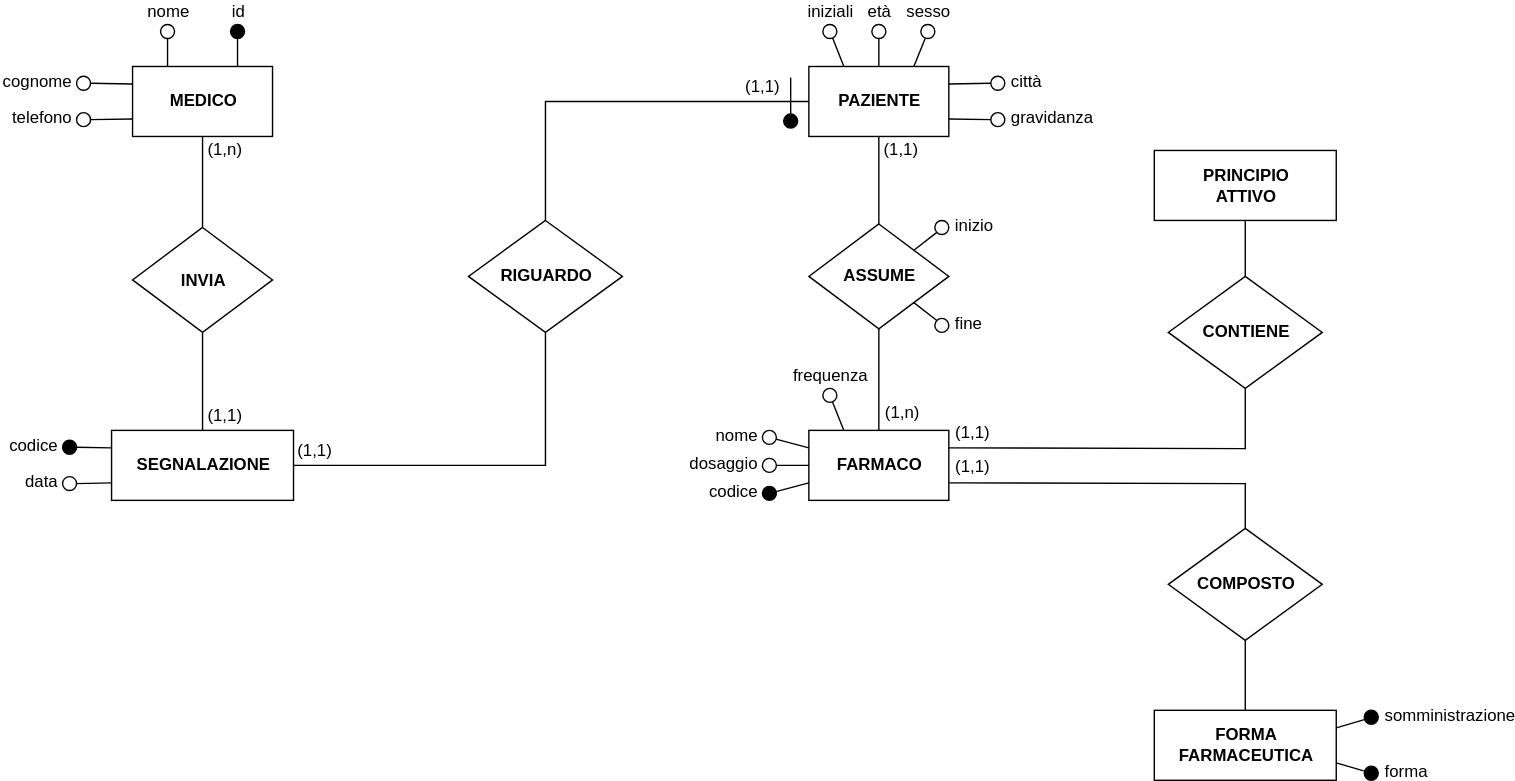
MatteoCarnelos/DB-SEA keeps this draw.io diagram as schematics/er-diagram.svg. Above is the earlier version. Source tidied: cells renumbered, new cells last; positions are measured from the earlier drawing's top-left corner, leaving out a move shared by most shapes.
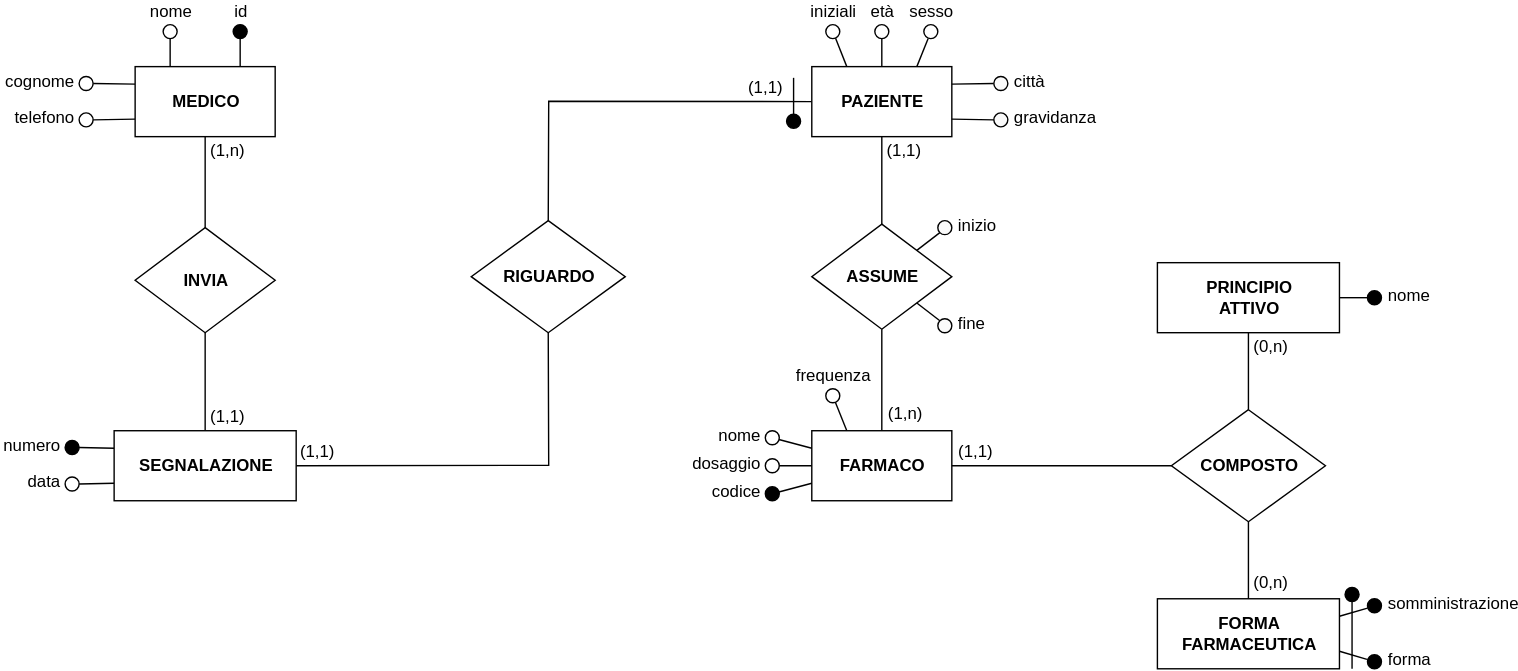
After the commit.

What changed in the source:
```diff
@@ -65,7 +65,7 @@
     <mxCell id="20" value="&lt;b&gt;SEGNALAZIONE&lt;br&gt;&lt;/b&gt;" style="whiteSpace=wrap;html=1;align=center;" parent="1" vertex="1">
       <mxGeometry x="35" y="290" width="130" height="50" as="geometry" />
     </mxCell>
-    <mxCell id="21" value="codice" style="ellipse;whiteSpace=wrap;html=1;fillColor=#000000;textDirection=ltr;align=right;labelPosition=left;verticalLabelPosition=middle;verticalAlign=middle;spacing=5;spacingBottom=2;" parent="1" vertex="1">
+    <mxCell id="21" value="numero" style="ellipse;whiteSpace=wrap;html=1;fillColor=#000000;textDirection=ltr;align=right;labelPosition=left;verticalLabelPosition=middle;verticalAlign=middle;spacing=5;spacingBottom=2;" parent="1" vertex="1">
       <mxGeometry y="297" width="10" height="10" as="geometry" />
     </mxCell>
     <mxCell id="22" value="data" style="ellipse;whiteSpace=wrap;html=1;fillColor=#ffffff;textDirection=ltr;align=right;labelPosition=left;verticalLabelPosition=middle;verticalAlign=middle;spacing=5;spacingBottom=2;" parent="1" vertex="1">
@@ -152,22 +152,6 @@
     <mxCell id="47" value="fine" style="ellipse;whiteSpace=wrap;html=1;fillColor=#FAFAFA;labelPosition=right;verticalLabelPosition=middle;align=left;verticalAlign=middle;spacing=5;spacingBottom=2;" parent="1" vertex="1">
       <mxGeometry x="623.2" y="210" width="10" height="10" as="geometry" />
     </mxCell>
-    <mxCell id="48" style="edgeStyle=orthogonalEdgeStyle;rounded=0;comic=0;jumpStyle=none;jumpSize=6;jettySize=auto;html=1;exitX=1;exitY=0.25;exitDx=0;exitDy=0;entryX=0.5;entryY=1;entryDx=0;entryDy=0;endArrow=none;endFill=0;" parent="1" edge="1" source="52" target="63">
-      <mxGeometry relative="1" as="geometry" />
-    </mxCell>
-    <mxCell id="49" value="(1,1)" style="text;html=1;align=center;verticalAlign=bottom;labelBackgroundColor=#ffffff;labelPosition=center;verticalLabelPosition=top;spacing=4;" parent="48" vertex="1">
-      <mxGeometry x="-0.75" y="-2" relative="1" as="geometry">
-        <mxPoint x="-14.6" y="-2.5" as="offset" />
-      </mxGeometry>
-    </mxCell>
-    <mxCell id="50" style="edgeStyle=orthogonalEdgeStyle;rounded=0;comic=0;jumpStyle=none;jumpSize=6;jettySize=auto;html=1;exitX=1;exitY=0.75;exitDx=0;exitDy=0;entryX=0.5;entryY=0;entryDx=0;entryDy=0;endArrow=none;endFill=0;" parent="1" edge="1" source="52" target="67">
-      <mxGeometry relative="1" as="geometry" />
-    </mxCell>
-    <mxCell id="51" value="(1,1)" style="text;html=1;align=center;verticalAlign=top;labelBackgroundColor=#ffffff;labelPosition=center;verticalLabelPosition=bottom;spacing=4;" parent="50" vertex="1">
-      <mxGeometry x="-0.7" y="1" relative="1" as="geometry">
-        <mxPoint x="-20.3" y="-26.5" as="offset" />
-      </mxGeometry>
-    </mxCell>
     <mxCell id="52" value="&lt;b&gt;FARMACO&lt;br&gt;&lt;/b&gt;" style="rounded=0;whiteSpace=wrap;html=1;fillColor=#ffffff;" parent="1" vertex="1">
       <mxGeometry x="533.2" y="290" width="100" height="50" as="geometry" />
     </mxCell>
@@ -196,34 +180,63 @@
       <mxGeometry x="543.2" y="260" width="10" height="10" as="geometry" />
     </mxCell>
     <mxCell id="61" value="&lt;b&gt;PRINCIPIO&lt;br&gt;ATTIVO&lt;br&gt;&lt;/b&gt;" style="whiteSpace=wrap;html=1;align=center;" parent="1" vertex="1">
-      <mxGeometry x="780" y="90" width="130" height="50" as="geometry" />
+      <mxGeometry x="780" y="170" width="130" height="50" as="geometry" />
     </mxCell>
-    <mxCell id="62" style="edgeStyle=orthogonalEdgeStyle;rounded=0;comic=0;jumpStyle=none;jumpSize=6;jettySize=auto;html=1;exitX=0.5;exitY=0;exitDx=0;exitDy=0;entryX=0.5;entryY=1;entryDx=0;entryDy=0;endArrow=none;endFill=0;" parent="1" edge="1" source="63" target="61">
+    <mxCell id="62" style="edgeStyle=orthogonalEdgeStyle;rounded=0;comic=0;jumpStyle=none;jumpSize=6;jettySize=auto;html=1;exitX=0.5;exitY=0;exitDx=0;exitDy=0;entryX=0.5;entryY=1;entryDx=0;entryDy=0;endArrow=none;endFill=0;" parent="1" edge="1" source="67" target="61">
       <mxGeometry relative="1" as="geometry" />
     </mxCell>
-    <mxCell id="63" value="CONTIENE" style="rhombus;whiteSpace=wrap;html=1;fillColor=#ffffff;fontStyle=1;" parent="1" vertex="1">
-      <mxGeometry x="790" y="180" width="110" height="80" as="geometry" />
-    </mxCell>
+    <mxCell id="71" value="(0,n)" style="text;html=1;align=left;verticalAlign=middle;labelBackgroundColor=#ffffff;labelPosition=right;verticalLabelPosition=middle;spacing=4;" parent="62" vertex="1">
+      <mxGeometry x="0.64" y="2" relative="1" as="geometry">
+        <mxPoint x="2" as="offset" />
+      </mxGeometry>
+    </mxCell>
     <mxCell id="64" style="edgeStyle=orthogonalEdgeStyle;rounded=0;comic=0;jumpStyle=none;jumpSize=6;jettySize=auto;html=1;exitX=0.5;exitY=0;exitDx=0;exitDy=0;entryX=0.5;entryY=1;entryDx=0;entryDy=0;endArrow=none;endFill=0;" parent="1" edge="1" source="66" target="67">
       <mxGeometry relative="1" as="geometry" />
     </mxCell>
+    <mxCell id="72" value="(0,n)" style="text;html=1;align=left;verticalAlign=middle;labelBackgroundColor=#ffffff;labelPosition=right;verticalLabelPosition=middle;spacing=4;" parent="64" vertex="1">
+      <mxGeometry x="-0.43" y="-1" relative="1" as="geometry">
+        <mxPoint x="-1" y="4.6" as="offset" />
+      </mxGeometry>
+    </mxCell>
     <mxCell id="65" style="edgeStyle=none;rounded=0;comic=0;jumpStyle=none;jumpSize=6;jettySize=auto;html=1;exitX=1;exitY=0.75;exitDx=0;exitDy=0;entryX=-0.035;entryY=0.329;entryDx=0;entryDy=0;endArrow=none;endFill=0;entryPerimeter=0;" parent="1" edge="1" source="66" target="70">
       <mxGeometry relative="1" as="geometry" />
     </mxCell>
     <mxCell id="66" value="&lt;b&gt;FORMA&lt;br&gt;FARMACEUTICA&lt;br&gt;&lt;/b&gt;" style="whiteSpace=wrap;html=1;align=center;" parent="1" vertex="1">
-      <mxGeometry x="780" y="490" width="130" height="50" as="geometry" />
+      <mxGeometry x="780" y="410" width="130" height="50" as="geometry" />
     </mxCell>
+    <mxCell id="73" style="edgeStyle=none;rounded=0;comic=0;jumpStyle=none;jumpSize=6;jettySize=auto;html=1;exitX=0;exitY=0.5;exitDx=0;exitDy=0;entryX=1;entryY=0.5;entryDx=0;entryDy=0;endArrow=none;endFill=0;" parent="1" edge="1" source="67" target="52">
+      <mxGeometry relative="1" as="geometry" />
+    </mxCell>
+    <mxCell id="49" value="(1,1)" style="text;html=1;align=center;verticalAlign=bottom;labelBackgroundColor=#ffffff;labelPosition=center;verticalLabelPosition=top;spacing=4;" parent="73" vertex="1">
+      <mxGeometry x="0.52" y="1" relative="1" as="geometry">
+        <mxPoint x="-20.8" y="-1" as="offset" />
+      </mxGeometry>
+    </mxCell>
     <mxCell id="67" value="COMPOSTO" style="rhombus;whiteSpace=wrap;html=1;fillColor=#ffffff;fontStyle=1;" parent="1" vertex="1">
-      <mxGeometry x="790" y="360" width="110" height="80" as="geometry" />
+      <mxGeometry x="790" y="275" width="110" height="80" as="geometry" />
     </mxCell>
     <mxCell id="68" style="edgeStyle=none;rounded=0;comic=0;jumpStyle=none;jumpSize=6;jettySize=auto;html=1;exitX=0.005;exitY=0.663;exitDx=0;exitDy=0;entryX=1;entryY=0.25;entryDx=0;entryDy=0;endArrow=none;endFill=0;exitPerimeter=0;" parent="1" edge="1" source="69" target="66">
       <mxGeometry relative="1" as="geometry" />
     </mxCell>
     <mxCell id="69" value="somministrazione" style="ellipse;whiteSpace=wrap;html=1;fillColor=#000000;labelPosition=right;verticalLabelPosition=middle;align=left;verticalAlign=middle;spacing=5;spacingBottom=2;" parent="1" vertex="1">
-      <mxGeometry x="930" y="490" width="10" height="10" as="geometry" />
+      <mxGeometry x="930" y="410" width="10" height="10" as="geometry" />
     </mxCell>
     <mxCell id="70" value="forma" style="ellipse;whiteSpace=wrap;html=1;fillColor=#000000;labelPosition=right;verticalLabelPosition=middle;align=left;verticalAlign=middle;spacing=5;spacingBottom=2;" parent="1" vertex="1">
-      <mxGeometry x="930" y="530" width="10" height="10" as="geometry" />
+      <mxGeometry x="930" y="450" width="10" height="10" as="geometry" />
     </mxCell>
+    <mxCell id="74" style="edgeStyle=none;rounded=0;comic=0;jumpStyle=none;jumpSize=6;jettySize=auto;html=1;exitX=0;exitY=0.5;exitDx=0;exitDy=0;entryX=1;entryY=0.5;entryDx=0;entryDy=0;endArrow=none;endFill=0;" parent="1" edge="1" source="75" target="61">
+      <mxGeometry relative="1" as="geometry" />
+    </mxCell>
+    <mxCell id="75" value="nome" style="ellipse;whiteSpace=wrap;html=1;fillColor=#000000;labelPosition=right;verticalLabelPosition=middle;align=left;verticalAlign=middle;spacing=5;spacingBottom=2;" parent="1" vertex="1">
+      <mxGeometry x="930" y="190" width="10" height="10" as="geometry" />
+    </mxCell>
+    <mxCell id="76" style="endArrow=none;html=1;entryX=0.5;entryY=1;entryDx=0;entryDy=0;" parent="1" edge="1" target="77">
+      <mxGeometry relative="1" as="geometry">
+        <mxPoint x="919" y="460" as="sourcePoint" />
+      </mxGeometry>
+    </mxCell>
+    <mxCell id="77" style="ellipse;whiteSpace=wrap;html=1;fillColor=#000000;labelPosition=right;verticalLabelPosition=middle;align=left;verticalAlign=middle;spacing=5;spacingBottom=2;" parent="1" vertex="1">
+      <mxGeometry x="914" y="402" width="10" height="10" as="geometry" />
+    </mxCell>
   </root>
 </mxGraphModel>
```
